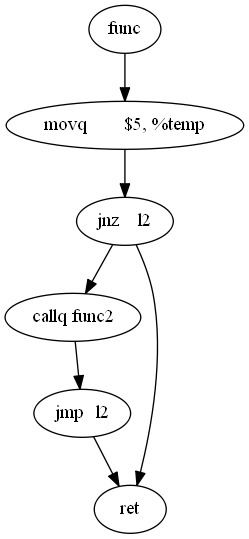
Before: PA6/cfgtest_main_initial.dot.png, a diagram exported from Graphviz (juhee0202/CS4120). Its source is kept beside it as PA6/cfgtest_main_initial.dot. The source it was exported from:
```dot
digraph {
{	rankdir=LR
	node[shape=box]
}	"func" -> {"movq	$5, %temp"}
	"movq	$5, %temp" -> {"jnz	l2"}
	"jnz	l2" -> {"callq	func2", "ret"}
	"callq	func2" -> {"jmp	l2"}
	"jmp	l2" -> {"ret"}
	"ret" -> {}
	"ret" -> {}
}
```
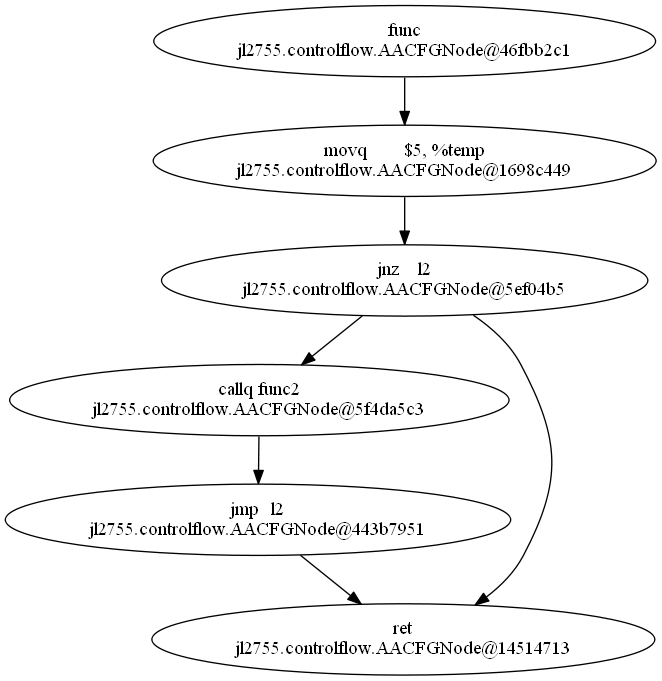
The same diagram one commit later.

What changed in the source:
```diff
@@ -1,11 +1,24 @@
 digraph {
 {	rankdir=LR
 	node[shape=box]
-}	"func" -> {"movq	$5, %temp"}
-	"movq	$5, %temp" -> {"jnz	l2"}
-	"jnz	l2" -> {"callq	func2", "ret"}
-	"callq	func2" -> {"jmp	l2"}
-	"jmp	l2" -> {"ret"}
-	"ret" -> {}
-	"ret" -> {}
+}	"func
+jl2755.controlflow.AACFGNode@46fbb2c1" -> {"movq	$5, %temp
+jl2755.controlflow.AACFGNode@1698c449"}
+	"movq	$5, %temp
+jl2755.controlflow.AACFGNode@1698c449" -> {"jnz	l2
+jl2755.controlflow.AACFGNode@5ef04b5"}
+	"jnz	l2
+jl2755.controlflow.AACFGNode@5ef04b5" -> {"callq	func2
+jl2755.controlflow.AACFGNode@5f4da5c3", "ret
+jl2755.controlflow.AACFGNode@14514713"}
+	"callq	func2
+jl2755.controlflow.AACFGNode@5f4da5c3" -> {"jmp	l2
+jl2755.controlflow.AACFGNode@443b7951"}
+	"jmp	l2
+jl2755.controlflow.AACFGNode@443b7951" -> {"ret
+jl2755.controlflow.AACFGNode@14514713"}
+	"ret
+jl2755.controlflow.AACFGNode@14514713" -> {}
+	"ret
+jl2755.controlflow.AACFGNode@14514713" -> {}
 }
```
